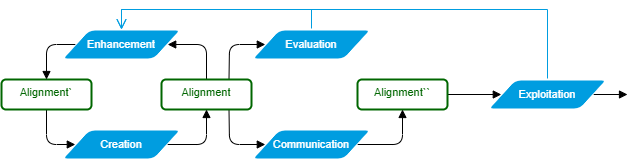
Stichting-CROW/ontology-alignment keeps this draw.io diagram as docs/whitepaper/img/alignment-lifecycle.drawio.png. Above is the earlier version. Source tidied: cells renumbered, new cells last; positions are measured from the earlier drawing's top-left corner, leaving out a move shared by most shapes.
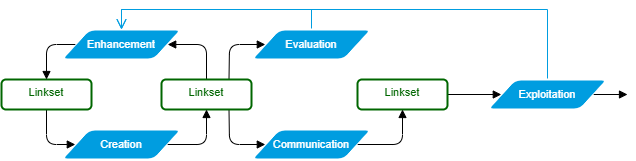
After the commit.

Diff of the diagram source:
```diff
@@ -40,7 +40,7 @@
         </Array>
       </mxGeometry>
     </mxCell>
-    <mxCell id="10" value="Alignment`" style="rounded=1;whiteSpace=wrap;html=1;fontFamily=Helvetica;fillColor=none;verticalAlign=top;strokeColor=#006600;fontColor=#006600;strokeWidth=2;fontSize=11;" parent="1" vertex="1">
+    <mxCell id="10" value="Linkset" style="rounded=1;whiteSpace=wrap;html=1;fontFamily=Helvetica;fillColor=none;verticalAlign=top;strokeColor=#006600;fontColor=#006600;strokeWidth=2;fontSize=11;" parent="1" vertex="1">
       <mxGeometry y="70" width="90" height="30" as="geometry" />
     </mxCell>
     <mxCell id="11" style="edgeStyle=none;html=1;entryX=1;entryY=0.5;entryDx=0;entryDy=0;endArrow=block;endFill=1;" parent="1" edge="1" source="14" target="4">
@@ -64,13 +64,13 @@
         </Array>
       </mxGeometry>
     </mxCell>
-    <mxCell id="14" value="Alignment" style="rounded=1;whiteSpace=wrap;html=1;fontFamily=Helvetica;fillColor=none;verticalAlign=top;strokeColor=#006600;fontColor=#006600;strokeWidth=2;fontSize=11;" parent="1" vertex="1">
+    <mxCell id="14" value="Linkset" style="rounded=1;whiteSpace=wrap;html=1;fontFamily=Helvetica;fillColor=none;verticalAlign=top;strokeColor=#006600;fontColor=#006600;strokeWidth=2;fontSize=11;" parent="1" vertex="1">
       <mxGeometry x="160" y="70" width="90" height="30" as="geometry" />
     </mxCell>
     <mxCell id="15" style="edgeStyle=none;html=1;entryX=0;entryY=0.5;entryDx=0;entryDy=0;endArrow=block;endFill=1;" parent="1" edge="1" source="16" target="8">
       <mxGeometry relative="1" as="geometry" />
     </mxCell>
-    <mxCell id="16" value="Alignment``" style="rounded=1;whiteSpace=wrap;html=1;fontFamily=Helvetica;fillColor=none;verticalAlign=top;strokeColor=#006600;fontColor=#006600;strokeWidth=2;fontSize=11;" parent="1" vertex="1">
+    <mxCell id="16" value="Linkset" style="rounded=1;whiteSpace=wrap;html=1;fontFamily=Helvetica;fillColor=none;verticalAlign=top;strokeColor=#006600;fontColor=#006600;strokeWidth=2;fontSize=11;" parent="1" vertex="1">
       <mxGeometry x="356" y="70" width="90" height="30" as="geometry" />
     </mxCell>
     <mxCell id="17" style="edgeStyle=none;html=1;entryX=0.5;entryY=1;entryDx=0;entryDy=0;endArrow=block;endFill=1;" parent="1" edge="1" source="3" target="14">
```
